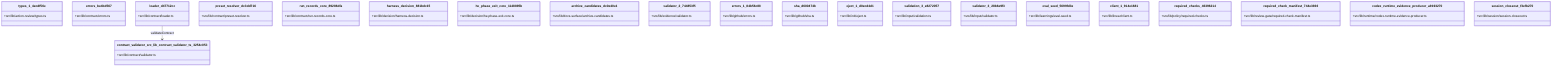
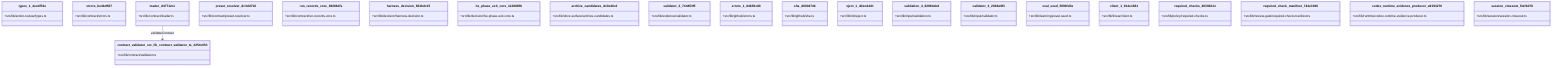
classDiagram
  class types_1_4ecdf56e {
    +src/lib/action-review/types.ts
  }
  class errors_be4bd567 {
    +src/lib/contract/errors.ts
  }
  class loader_d47712cc {
    +src/lib/contract/loader.ts
  }
  class preset_resolver_dc3dd716 {
    +src/lib/contract/preset-resolver.ts
  }
  class run_records_core_89286dfa {
    +src/lib/contract/run-records-core.ts
  }
  class harness_decision_881bdc15 {
    +src/lib/decision/harness-decision.ts
  }
  class he_phase_exit_core_1148895b {
    +src/lib/decision/he-phase-exit-core.ts
  }
  class archive_candidates_dc0e40e1 {
    +src/lib/docs-surface/archive-candidates.ts
  }
  class validator_2_744853f5 {
    +src/lib/evidence/validator.ts
  }
  class errors_1_84b56c88 {
    +src/lib/github/errors.ts
  }
  class sha_d600474b {
    +src/lib/github/sha.ts
  }
  class eject_1_d0ecd4d1 {
    +src/lib/init/eject.ts
  }
-   class validation_3_e8272057 {
+   class validation_4_62980ebd {
    +src/lib/input/validation.ts
  }
  class validator_3_28b6e9f3 {
    +src/lib/input/validator.ts
  }
  class eval_seed_5699fd3e {
    +src/lib/learnings/eval-seed.ts
  }
  class client_1_914e1681 {
    +src/lib/linear/client.ts
  }
  class required_checks_46396214 {
    +src/lib/policy/required-checks.ts
  }
  class required_check_manifest_744e3936 {
    +src/lib/review-gate/required-check-manifest.ts
  }
  class codex_runtime_evidence_producer_a9193270 {
    +src/lib/runtime/codex-runtime-evidence-producer.ts
  }
  class session_closeout_f3efb270 {
    +src/lib/session/session-closeout.ts
  }
  class contract_validator_src_lib_contract_validator_ts_3254c053 {
    +src/lib/contract/validator.ts
  }
  loader_d47712cc --> contract_validator_src_lib_contract_validator_ts_3254c053 : validateContract
